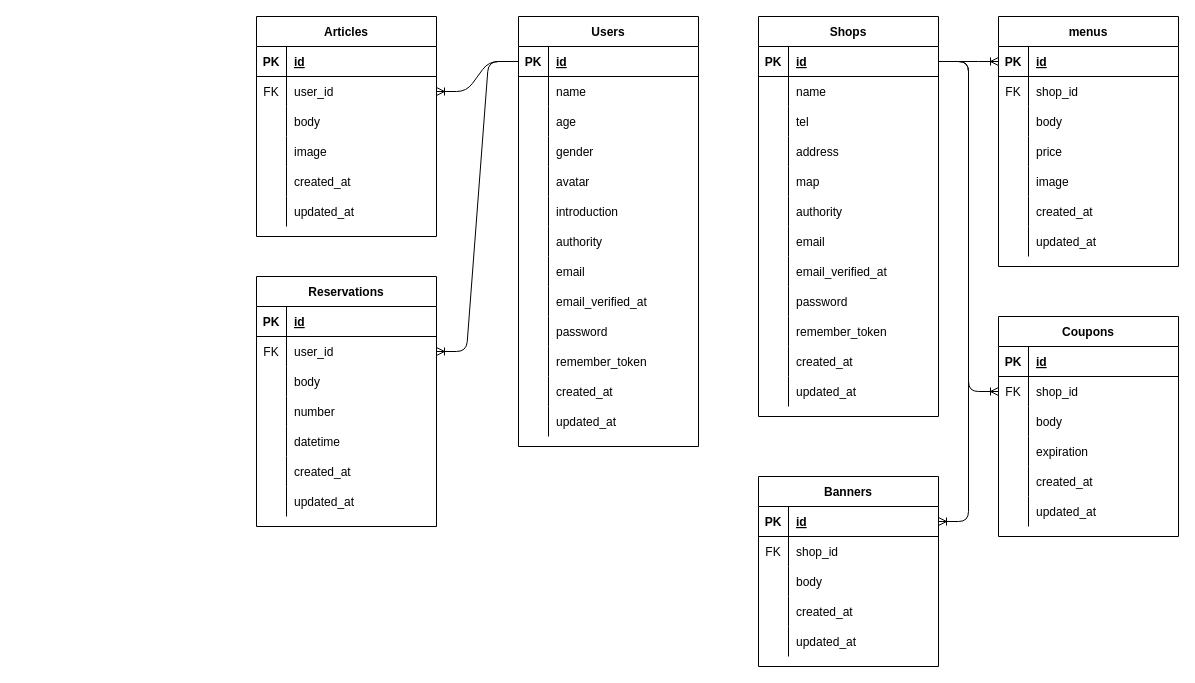
Above: diagram/erd.drawio in kazumakishimoto/kisilog_kishimoto (draw.io), before the change. Source tidied: cells renumbered, new cells numbered last; positions are measured from the earlier drawing's top-left corner, leaving out a move shared by most shapes. Both pictures are drawn from the tidied source at 100%, with x=0, y=0 at pixel (256, 16).
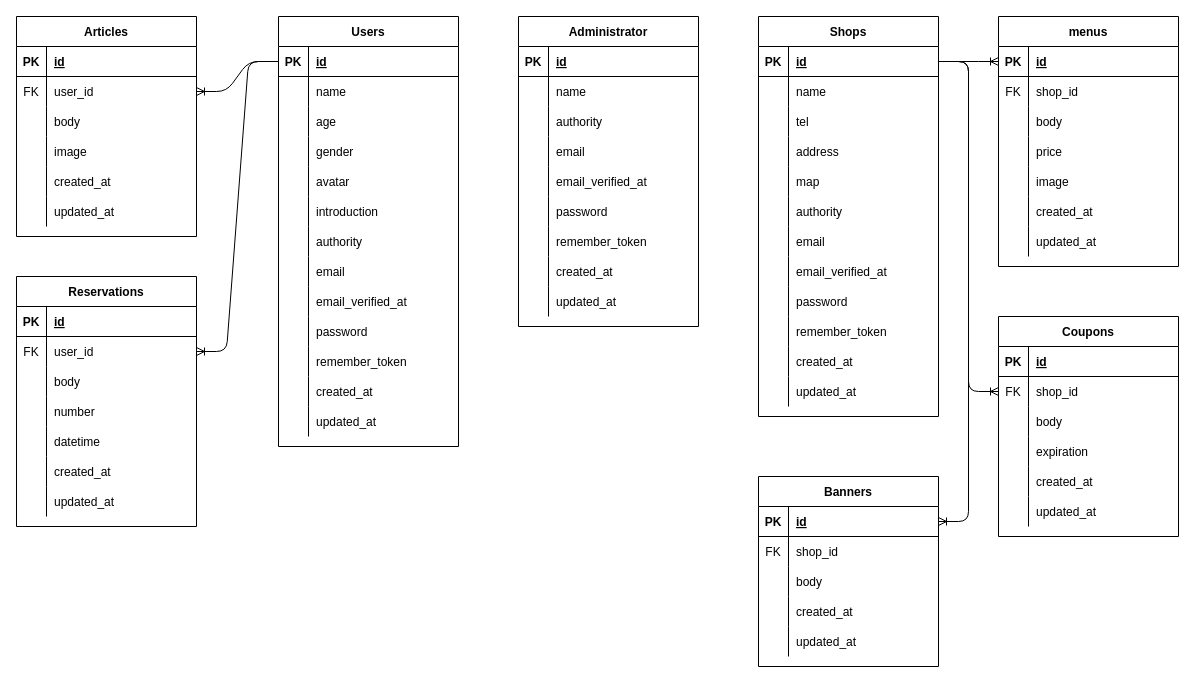
The same diagram, later.

Change to the diagram source:
```diff
@@
     <mxCell id="2" value="Users" style="shape=table;startSize=30;childLayout=tableLayout;rowLines=0;fontStyle=1;align=center;" parent="1" vertex="1">
-      <mxGeometry x="262" width="180" height="430" as="geometry" />
+      <mxGeometry x="22" width="180" height="430" as="geometry" />
     </mxCell>
@@
     <mxCell id="42" value="Articles" style="shape=table;startSize=30;childLayout=tableLayout;rowLines=0;fontStyle=1;align=center;" parent="1" vertex="1">
-      <mxGeometry width="180" height="220" as="geometry" />
+      <mxGeometry x="-240" width="180" height="220" as="geometry" />
     </mxCell>
@@
     <mxCell id="118" value="Reservations" style="shape=table;startSize=30;childLayout=tableLayout;rowLines=0;fontStyle=1;align=center;" parent="1" vertex="1">
-      <mxGeometry y="260" width="180" height="250" as="geometry" />
+      <mxGeometry x="-240" y="260" width="180" height="250" as="geometry" />
     </mxCell>
@@
+    <mxCell id="182" value="Administrator" style="shape=table;startSize=30;childLayout=tableLayout;rowLines=0;fontStyle=1;align=center;" parent="1" vertex="1">
+      <mxGeometry x="262" width="180" height="310" as="geometry" />
+    </mxCell>
+    <mxCell id="183" style="shape=partialRectangle;fillColor=none;top=0;left=0;bottom=1;right=0;" parent="182" vertex="1">
+      <mxGeometry y="30" width="180" height="30" as="geometry" />
+    </mxCell>
+    <mxCell id="184" value="PK" style="shape=partialRectangle;fillColor=none;top=0;left=0;bottom=0;right=0;fontStyle=1;overflow=hidden;" parent="183" vertex="1">
+      <mxGeometry width="30" height="30" as="geometry" />
+    </mxCell>
+    <mxCell id="185" value="id" style="shape=partialRectangle;fillColor=none;top=0;left=0;bottom=0;right=0;align=left;spacingLeft=6;fontStyle=5;overflow=hidden;" parent="183" vertex="1">
+      <mxGeometry x="30" width="150" height="30" as="geometry" />
+    </mxCell>
+    <mxCell id="186" style="shape=partialRectangle;fillColor=none;top=0;left=0;bottom=0;right=0;" parent="182" vertex="1">
+      <mxGeometry y="60" width="180" height="30" as="geometry" />
+    </mxCell>
+    <mxCell id="187" style="shape=partialRectangle;fillColor=none;top=0;left=0;bottom=0;right=0;overflow=hidden;" parent="186" vertex="1">
+      <mxGeometry width="30" height="30" as="geometry" />
+    </mxCell>
+    <mxCell id="188" value="name" style="shape=partialRectangle;fillColor=none;top=0;left=0;bottom=0;right=0;align=left;spacingLeft=6;overflow=hidden;" parent="186" vertex="1">
+      <mxGeometry x="30" width="150" height="30" as="geometry" />
+    </mxCell>
+    <mxCell id="189" style="shape=partialRectangle;fillColor=none;top=0;left=0;bottom=0;right=0;" parent="182" vertex="1">
+      <mxGeometry y="90" width="180" height="30" as="geometry" />
+    </mxCell>
+    <mxCell id="190" style="shape=partialRectangle;fillColor=none;top=0;left=0;bottom=0;right=0;overflow=hidden;" parent="189" vertex="1">
+      <mxGeometry width="30" height="30" as="geometry" />
+    </mxCell>
+    <mxCell id="191" value="authority" style="shape=partialRectangle;fillColor=none;top=0;left=0;bottom=0;right=0;align=left;spacingLeft=6;overflow=hidden;" parent="189" vertex="1">
+      <mxGeometry x="30" width="150" height="30" as="geometry" />
+    </mxCell>
+    <mxCell id="192" style="shape=partialRectangle;fillColor=none;top=0;left=0;bottom=0;right=0;" parent="182" vertex="1">
+      <mxGeometry y="120" width="180" height="30" as="geometry" />
+    </mxCell>
+    <mxCell id="193" style="shape=partialRectangle;fillColor=none;top=0;left=0;bottom=0;right=0;overflow=hidden;" parent="192" vertex="1">
+      <mxGeometry width="30" height="30" as="geometry" />
+    </mxCell>
+    <mxCell id="194" value="email" style="shape=partialRectangle;fillColor=none;top=0;left=0;bottom=0;right=0;align=left;spacingLeft=6;overflow=hidden;" parent="192" vertex="1">
+      <mxGeometry x="30" width="150" height="30" as="geometry" />
+    </mxCell>
+    <mxCell id="195" style="shape=partialRectangle;fillColor=none;top=0;left=0;bottom=0;right=0;" parent="182" vertex="1">
+      <mxGeometry y="150" width="180" height="30" as="geometry" />
+    </mxCell>
+    <mxCell id="196" style="shape=partialRectangle;fillColor=none;top=0;left=0;bottom=0;right=0;overflow=hidden;" parent="195" vertex="1">
+      <mxGeometry width="30" height="30" as="geometry" />
+    </mxCell>
+    <mxCell id="197" value="email_verified_at" style="shape=partialRectangle;fillColor=none;top=0;left=0;bottom=0;right=0;align=left;spacingLeft=6;overflow=hidden;" parent="195" vertex="1">
+      <mxGeometry x="30" width="150" height="30" as="geometry" />
+    </mxCell>
+    <mxCell id="198" style="shape=partialRectangle;fillColor=none;top=0;left=0;bottom=0;right=0;" parent="182" vertex="1">
+      <mxGeometry y="180" width="180" height="30" as="geometry" />
+    </mxCell>
+    <mxCell id="199" style="shape=partialRectangle;fillColor=none;top=0;left=0;bottom=0;right=0;overflow=hidden;" parent="198" vertex="1">
+      <mxGeometry width="30" height="30" as="geometry" />
+    </mxCell>
+    <mxCell id="200" value="password" style="shape=partialRectangle;fillColor=none;top=0;left=0;bottom=0;right=0;align=left;spacingLeft=6;overflow=hidden;" parent="198" vertex="1">
+      <mxGeometry x="30" width="150" height="30" as="geometry" />
+    </mxCell>
+    <mxCell id="201" style="shape=partialRectangle;fillColor=none;top=0;left=0;bottom=0;right=0;" parent="182" vertex="1">
+      <mxGeometry y="210" width="180" height="30" as="geometry" />
+    </mxCell>
+    <mxCell id="202" style="shape=partialRectangle;fillColor=none;top=0;left=0;bottom=0;right=0;overflow=hidden;" parent="201" vertex="1">
+      <mxGeometry width="30" height="30" as="geometry" />
+    </mxCell>
+    <mxCell id="203" value="remember_token" style="shape=partialRectangle;fillColor=none;top=0;left=0;bottom=0;right=0;align=left;spacingLeft=6;overflow=hidden;" parent="201" vertex="1">
+      <mxGeometry x="30" width="150" height="30" as="geometry" />
+    </mxCell>
+    <mxCell id="204" style="shape=partialRectangle;fillColor=none;top=0;left=0;bottom=0;right=0;" parent="182" vertex="1">
+      <mxGeometry y="240" width="180" height="30" as="geometry" />
+    </mxCell>
+    <mxCell id="205" style="shape=partialRectangle;fillColor=none;top=0;left=0;bottom=0;right=0;overflow=hidden;" parent="204" vertex="1">
+      <mxGeometry width="30" height="30" as="geometry" />
+    </mxCell>
+    <mxCell id="206" value="created_at" style="shape=partialRectangle;fillColor=none;top=0;left=0;bottom=0;right=0;align=left;spacingLeft=6;overflow=hidden;" parent="204" vertex="1">
+      <mxGeometry x="30" width="150" height="30" as="geometry" />
+    </mxCell>
+    <mxCell id="207" style="shape=partialRectangle;fillColor=none;top=0;left=0;bottom=0;right=0;" parent="182" vertex="1">
+      <mxGeometry y="270" width="180" height="30" as="geometry" />
+    </mxCell>
+    <mxCell id="208" style="shape=partialRectangle;fillColor=none;top=0;left=0;bottom=0;right=0;overflow=hidden;" parent="207" vertex="1">
+      <mxGeometry width="30" height="30" as="geometry" />
+    </mxCell>
+    <mxCell id="209" value="updated_at" style="shape=partialRectangle;fillColor=none;top=0;left=0;bottom=0;right=0;align=left;spacingLeft=6;overflow=hidden;" parent="207" vertex="1">
+      <mxGeometry x="30" width="150" height="30" as="geometry" />
+    </mxCell>
```
